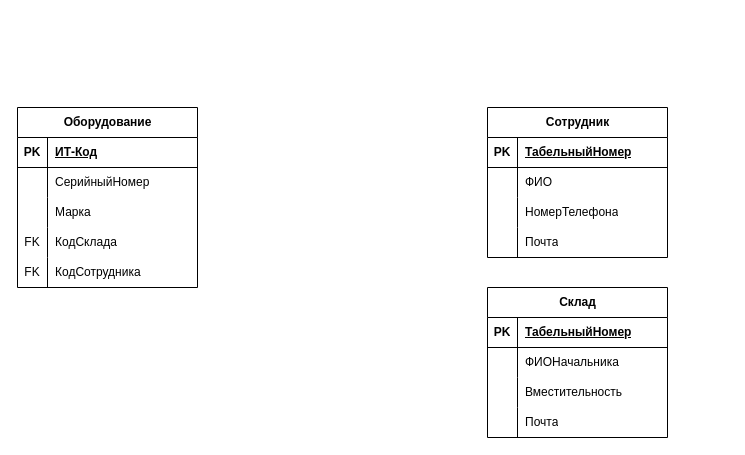
This is Диаграмма без названия.drawio from Vlad-Efremovv/practice, a draw.io file, before an edit. Source tidied: cells renumbered, new cells numbered last; positions are measured from the earlier drawing's top-left corner, leaving out a move shared by most shapes. Both pictures are drawn from the tidied source at 100%, with x=0, y=0 at pixel (17, 107).
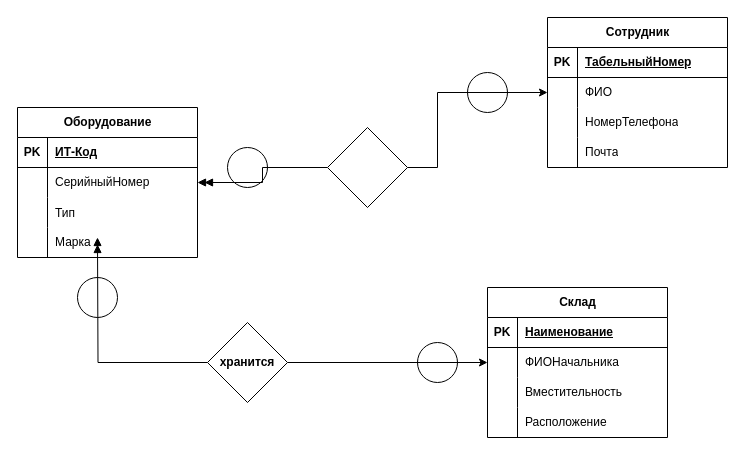
The same page after the edit.

The change refers to these unchanged cells:
```xml
<mxCell id="22" style="shape=tableRow;horizontal=0;startSize=0;swimlaneHead=0;swimlaneBody=0;fillColor=none;points=[[0,0.5],[1,0.5]];portConstraint=eastwest;top=0;left=0;right=0;bottom=0;" parent="18" vertex="1">
  <mxGeometry y="60" width="180" height="30" as="geometry" />
</mxCell>
<mxCell id="31" value="Склад" style="shape=table;startSize=30;childLayout=tableLayout;rowLines=0;fontStyle=1;align=center;html=1;" parent="1" vertex="1">
  <mxGeometry x="470" y="180" width="180" height="150" as="geometry" />
</mxCell>
<mxCell id="32" style="shape=tableRow;horizontal=0;startSize=0;swimlaneHead=0;swimlaneBody=0;fillColor=none;top=0;left=0;right=0;bottom=1;" parent="31" vertex="1">
  <mxGeometry y="30" width="180" height="30" as="geometry" />
</mxCell>
<mxCell id="41" style="shape=tableRow;horizontal=0;startSize=0;swimlaneHead=0;swimlaneBody=0;fillColor=none;top=0;left=0;right=0;bottom=0;" parent="31" vertex="1">
  <mxGeometry y="120" width="180" height="30" as="geometry" />
</mxCell>
```

Change to the diagram source:
```diff
@@
+    <mxCell id="44" style="ellipse;whiteSpace=wrap;html=1;" parent="1" vertex="1">
+      <mxGeometry x="450" y="-35" width="40" height="40" as="geometry" />
+    </mxCell>
+    <mxCell id="45" style="ellipse;whiteSpace=wrap;html=1;" parent="1" vertex="1">
+      <mxGeometry x="210" y="40" width="40" height="40" as="geometry" />
+    </mxCell>
+    <mxCell id="46" style="ellipse;whiteSpace=wrap;html=1;" parent="1" vertex="1">
+      <mxGeometry x="400" y="235" width="40" height="40" as="geometry" />
+    </mxCell>
+    <mxCell id="47" style="ellipse;whiteSpace=wrap;html=1;" parent="1" vertex="1">
+      <mxGeometry x="60" y="170" width="40" height="40" as="geometry" />
+    </mxCell>
+    <mxCell id="48" style="edgeStyle=orthogonalEdgeStyle;rounded=0;jettySize=auto;html=1;startArrow=doubleBlock;startFill=1;endArrow=none;endFill=0;" parent="1" edge="1" source="2" target="56">
+      <mxGeometry relative="1" as="geometry" />
+    </mxCell>
     <mxCell id="2" value="Оборудование" style="shape=table;startSize=30;childLayout=tableLayout;rowLines=0;fontStyle=1;align=center;html=1;" parent="1" vertex="1">
-      <mxGeometry width="180" height="180" as="geometry" />
+      <mxGeometry width="180" height="150" as="geometry" />
     </mxCell>
@@
+    <mxCell id="49" style="shape=tableRow;horizontal=0;startSize=0;swimlaneHead=0;swimlaneBody=0;fillColor=none;top=0;left=0;right=0;bottom=0;" parent="2" vertex="1">
+      <mxGeometry y="90" width="180" height="30" as="geometry" />
+    </mxCell>
+    <mxCell id="50" style="shape=partialRectangle;fillColor=none;top=0;left=0;bottom=0;right=0;overflow=hidden;" parent="49" vertex="1">
+      <mxGeometry width="30" height="30" as="geometry" />
+    </mxCell>
+    <mxCell id="51" value="Тип" style="shape=partialRectangle;fillColor=none;top=0;left=0;bottom=0;right=0;align=left;spacingLeft=6;overflow=hidden;" parent="49" vertex="1">
+      <mxGeometry x="30" width="150" height="30" as="geometry" />
+    </mxCell>
     <mxCell id="9" style="shape=tableRow;horizontal=0;startSize=0;swimlaneHead=0;swimlaneBody=0;fillColor=none;top=0;left=0;right=0;bottom=0;" parent="2" vertex="1">
-      <mxGeometry y="90" width="180" height="30" as="geometry" />
+      <mxGeometry y="120" width="180" height="30" as="geometry" />
     </mxCell>
@@
-    <mxCell id="12" style="shape=tableRow;horizontal=0;startSize=0;swimlaneHead=0;swimlaneBody=0;fillColor=none;top=0;left=0;right=0;bottom=0;" parent="2" vertex="1">
-      <mxGeometry y="120" width="180" height="30" as="geometry" />
-    </mxCell>
-    <mxCell id="13" value="FK" style="shape=partialRectangle;fillColor=none;top=0;left=0;bottom=0;right=0;fontStyle=0;overflow=hidden;whiteSpace=wrap;html=1;" parent="12" vertex="1">
-      <mxGeometry width="30" height="30" as="geometry" />
-    </mxCell>
-    <mxCell id="14" value="КодСклада" style="shape=partialRectangle;fillColor=none;top=0;left=0;bottom=0;right=0;align=left;spacingLeft=6;fontStyle=0;overflow=hidden;whiteSpace=wrap;html=1;" parent="12" vertex="1">
-      <mxGeometry x="30" width="150" height="30" as="geometry" />
-    </mxCell>
-    <mxCell id="15" style="shape=tableRow;horizontal=0;startSize=0;swimlaneHead=0;swimlaneBody=0;fillColor=none;top=0;left=0;right=0;bottom=0;" parent="2" vertex="1">
-      <mxGeometry y="150" width="180" height="30" as="geometry" />
-    </mxCell>
-    <mxCell id="16" value="FK" style="shape=partialRectangle;fillColor=none;top=0;left=0;bottom=0;right=0;overflow=hidden;whiteSpace=wrap;html=1;" parent="15" vertex="1">
-      <mxGeometry width="30" height="30" as="geometry" />
-    </mxCell>
-    <mxCell id="17" value="КодСотрудника" style="shape=partialRectangle;fillColor=none;top=0;left=0;bottom=0;right=0;align=left;spacingLeft=6;overflow=hidden;whiteSpace=wrap;html=1;" parent="15" vertex="1">
-      <mxGeometry x="30" width="150" height="30" as="geometry" />
-    </mxCell>
     <mxCell id="18" value="Сотрудник" style="shape=table;startSize=30;childLayout=tableLayout;rowLines=0;fontStyle=1;align=center;html=1;" parent="1" vertex="1">
-      <mxGeometry x="470" width="180" height="150" as="geometry" />
+      <mxGeometry x="530" y="-90" width="180" height="150" as="geometry" />
     </mxCell>
@@
+    <mxCell id="52" style="edgeStyle=orthogonalEdgeStyle;rounded=0;jettySize=auto;html=1;startArrow=classic;startFill=1;endArrow=none;endFill=0;" parent="1" edge="1" source="31" target="54">
+      <mxGeometry relative="1" as="geometry" />
+    </mxCell>
@@
-    <mxCell id="34" value="ТабельныйНомер" style="shape=partialRectangle;fillColor=none;top=0;left=0;bottom=0;right=0;align=left;spacingLeft=6;fontStyle=5;overflow=hidden;whiteSpace=wrap;html=1;" parent="32" vertex="1">
+    <mxCell id="34" value="Наименование" style="shape=partialRectangle;fillColor=none;top=0;left=0;bottom=0;right=0;align=left;spacingLeft=6;fontStyle=5;overflow=hidden;whiteSpace=wrap;html=1;" parent="32" vertex="1">
       <mxGeometry x="30" width="150" height="30" as="geometry" />
     </mxCell>
@@
-    <mxCell id="43" value="Почта" style="shape=partialRectangle;fillColor=none;top=0;left=0;bottom=0;right=0;align=left;spacingLeft=6;fontStyle=0;overflow=hidden;whiteSpace=wrap;html=1;" parent="41" vertex="1">
+    <mxCell id="43" value="Расположение" style="shape=partialRectangle;fillColor=none;top=0;left=0;bottom=0;right=0;align=left;spacingLeft=6;fontStyle=0;overflow=hidden;whiteSpace=wrap;html=1;" parent="41" vertex="1">
       <mxGeometry x="30" width="150" height="30" as="geometry" />
     </mxCell>
+    <mxCell id="53" style="edgeStyle=orthogonalEdgeStyle;rounded=0;jettySize=auto;html=1;endArrow=doubleBlock;endFill=1;" parent="1" edge="1" source="54">
+      <mxGeometry relative="1" as="geometry">
+        <mxPoint x="80" y="130" as="targetPoint" />
+      </mxGeometry>
+    </mxCell>
+    <mxCell id="54" value="хранится" style="rhombus;whiteSpace=wrap;html=1;startSize=30;fontStyle=1;" parent="1" vertex="1">
+      <mxGeometry x="190" y="215" width="80" height="80" as="geometry" />
+    </mxCell>
+    <mxCell id="55" style="edgeStyle=orthogonalEdgeStyle;rounded=0;jettySize=auto;html=1;entryX=0;entryY=0.5;entryDx=0;entryDy=0;" parent="1" edge="1" source="56" target="22">
+      <mxGeometry relative="1" as="geometry">
+        <Array as="points">
+          <mxPoint x="420" y="60" />
+          <mxPoint x="420" y="-15" />
+        </Array>
+      </mxGeometry>
+    </mxCell>
+    <mxCell id="56" style="rhombus;whiteSpace=wrap;html=1;startSize=30;fontStyle=1;" parent="1" vertex="1">
+      <mxGeometry x="310" y="20" width="80" height="80" as="geometry" />
+    </mxCell>
```
